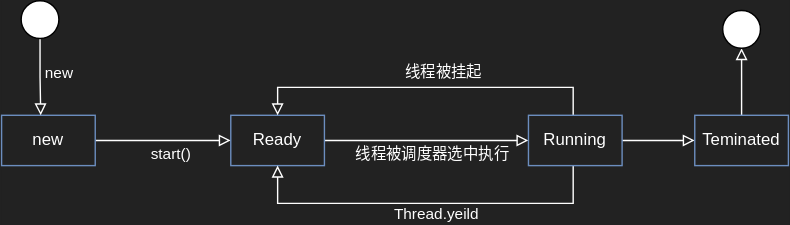
Above: drawio/ThreadState.svg in Stolorzs/Picgo (draw.io), before the change. Source tidied: cells renumbered, new cells last; positions are measured from the earlier drawing's top-left corner, leaving out a move shared by most shapes.
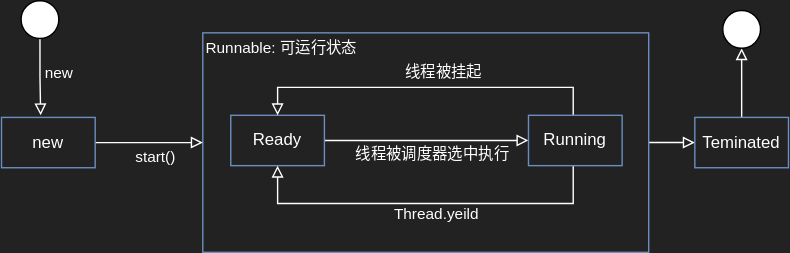
Above is the later version.

What changed in the source:
```diff
@@ -2,7 +2,13 @@
   <root>
     <mxCell id="0" />
     <mxCell id="1" parent="0" />
+    <mxCell id="20" style="edgeStyle=orthogonalEdgeStyle;shape=connector;rounded=0;jettySize=auto;html=1;strokeColor=#FFFFFF;align=center;verticalAlign=middle;fontFamily=Helvetica;fontSize=11;fontColor=#FFFFFF;labelBackgroundColor=none;endArrow=block;endFill=0;" parent="1" edge="1" source="21" target="18">
+      <mxGeometry relative="1" as="geometry" />
+    </mxCell>
+    <mxCell id="21" style="rounded=0;whiteSpace=wrap;html=1;fillColor=none;strokeColor=#6c8ebf;" parent="1" vertex="1">
+      <mxGeometry x="144" y="23" width="319" height="157" as="geometry" />
+    </mxCell>
-    <mxCell id="2" style="edgeStyle=orthogonalEdgeStyle;shape=connector;rounded=0;jettySize=auto;html=1;strokeColor=#FFFFFF;align=center;verticalAlign=middle;fontFamily=Helvetica;fontSize=11;fontColor=default;labelBackgroundColor=default;endArrow=block;endFill=0;" parent="1" edge="1" source="4" target="10">
+    <mxCell id="2" style="edgeStyle=orthogonalEdgeStyle;shape=connector;rounded=0;jettySize=auto;html=1;strokeColor=#FFFFFF;align=center;verticalAlign=middle;fontFamily=Helvetica;fontSize=11;fontColor=default;labelBackgroundColor=default;endArrow=block;endFill=0;" parent="1" edge="1" source="4" target="21">
       <mxGeometry relative="1" as="geometry" />
     </mxCell>
     <mxCell id="3" value="start()" style="edgeLabel;html=1;align=center;verticalAlign=middle;fontFamily=Helvetica;fontSize=11;fontColor=#FFFFFF;labelBackgroundColor=none;" parent="2" vertex="1">
@@ -11,7 +17,7 @@
       </mxGeometry>
     </mxCell>
     <mxCell id="4" value="&lt;font color=&quot;#ffffff&quot;&gt;new&lt;/font&gt;" style="rounded=0;whiteSpace=wrap;html=1;fillColor=none;strokeColor=#6c8ebf;" parent="1" vertex="1">
-      <mxGeometry y="82" width="67" height="36" as="geometry" />
+      <mxGeometry y="83.5" width="67" height="36" as="geometry" />
     </mxCell>
     <mxCell id="5" style="edgeStyle=orthogonalEdgeStyle;rounded=0;jettySize=auto;html=1;strokeColor=#FFFFFF;endArrow=block;endFill=0;" parent="1" edge="1" source="7">
       <mxGeometry relative="1" as="geometry">
@@ -67,9 +73,6 @@
         <mxPoint x="-19" y="8" as="offset" />
       </mxGeometry>
     </mxCell>
-    <mxCell id="15" style="edgeStyle=orthogonalEdgeStyle;shape=connector;rounded=0;jettySize=auto;html=1;entryX=0;entryY=0.5;entryDx=0;entryDy=0;strokeColor=#FFFFFF;align=center;verticalAlign=middle;fontFamily=Helvetica;fontSize=11;fontColor=#FFFFFF;labelBackgroundColor=none;endArrow=block;endFill=0;" parent="1" edge="1" source="16" target="18">
-      <mxGeometry relative="1" as="geometry" />
-    </mxCell>
     <mxCell id="16" value="&lt;font color=&quot;#ffffff&quot;&gt;Running&lt;/font&gt;" style="rounded=0;whiteSpace=wrap;html=1;fillColor=none;strokeColor=#6c8ebf;" parent="1" vertex="1">
       <mxGeometry x="377" y="82" width="67" height="36" as="geometry" />
     </mxCell>
@@ -77,10 +80,15 @@
       <mxGeometry relative="1" as="geometry" />
     </mxCell>
     <mxCell id="18" value="&lt;font color=&quot;#ffffff&quot;&gt;Teminated&lt;/font&gt;" style="rounded=0;whiteSpace=wrap;html=1;fillColor=none;strokeColor=#6c8ebf;" parent="1" vertex="1">
-      <mxGeometry x="496" y="82" width="67" height="36" as="geometry" />
+      <mxGeometry x="496" y="83.5" width="67" height="36" as="geometry" />
     </mxCell>
     <mxCell id="19" style="ellipse;whiteSpace=wrap;html=1;" parent="1" vertex="1">
       <mxGeometry x="516" y="7" width="27" height="27" as="geometry" />
     </mxCell>
+    <mxCell id="22" value="Runnable: 可运行状态" style="edgeLabel;html=1;align=center;verticalAlign=middle;fontFamily=Helvetica;fontSize=11;fontColor=#FFFFFF;labelBackgroundColor=none;fillColor=none;gradientColor=none;" parent="1" vertex="1">
+      <mxGeometry x="204" y="56" as="geometry">
+        <mxPoint x="-4" y="-22" as="offset" />
+      </mxGeometry>
+    </mxCell>
   </root>
 </mxGraphModel>
```
